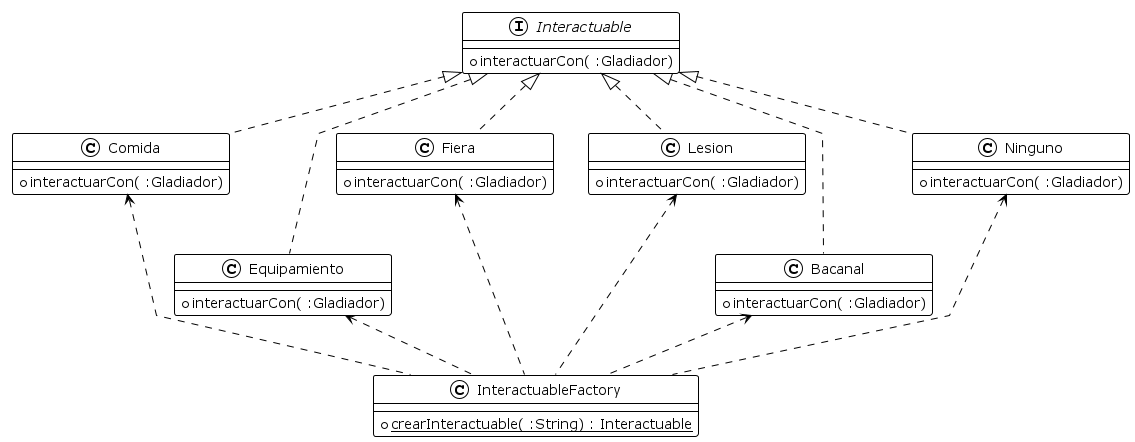
Before: diagrams/classes/clase_interactuable.png, a diagram exported from PlantUML (lautiland/TP2-ALGO3-ALGOROMA).
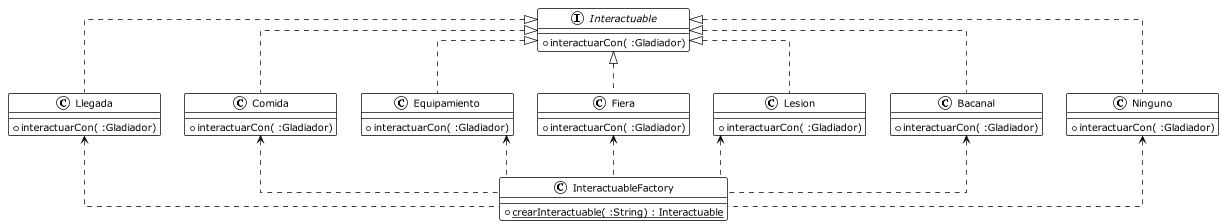
After the change.

Commit message:
limpieza/orden de archivos y actualización/creación de diagramas

What changed in the source:
```diff
@@ -1,6 +1,6 @@
 @startuml
 !theme plain
-skinparam linetype polyline
+skinparam linetype ortho
 
 
 class InteractuableFactory {
@@ -31,16 +31,21 @@
     + interactuarCon( :Gladiador)
 }
 
+class Llegada {
+    + interactuarCon( :Gladiador)
+}
+
 interface Interactuable{
     + interactuarCon( :Gladiador)
 }
 
-InteractuableFactory ..u.> Ninguno
+InteractuableFactory .u.> Ninguno
 InteractuableFactory .u.> Bacanal
-InteractuableFactory ..u.> Lesion
-InteractuableFactory ..u.> Fiera
+InteractuableFactory .u.> Lesion
+InteractuableFactory .u.> Fiera
 InteractuableFactory .u.> Equipamiento
-InteractuableFactory ..u.> Comida
+InteractuableFactory .u.> Comida
+InteractuableFactory .u.> Llegada
 
 Interactuable <|.. Bacanal
 Interactuable <|.. Lesion
@@ -48,5 +53,6 @@
 Interactuable <|.. Ninguno
 Interactuable <|.. Fiera
 Interactuable <|.. Equipamiento
+Interactuable <|.. Llegada
 
 @enduml
```
